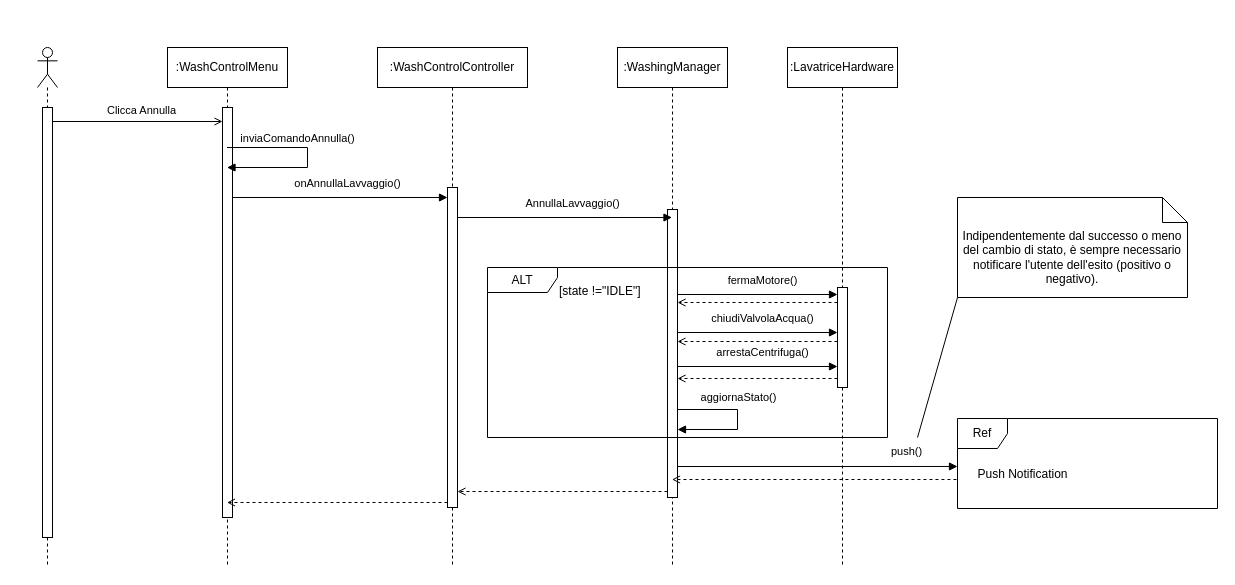
uni-aca100/ing-proj keeps this draw.io diagram as content/seq/seqAnnullaLav.drawio. Above is the earlier version. Source tidied: cells renumbered, new cells numbered last; positions are measured from the earlier drawing's top-left corner, leaving out a move shared by most shapes. Both pictures are drawn from the tidied source at 100%, with x=0, y=0 at pixel (37, 47).
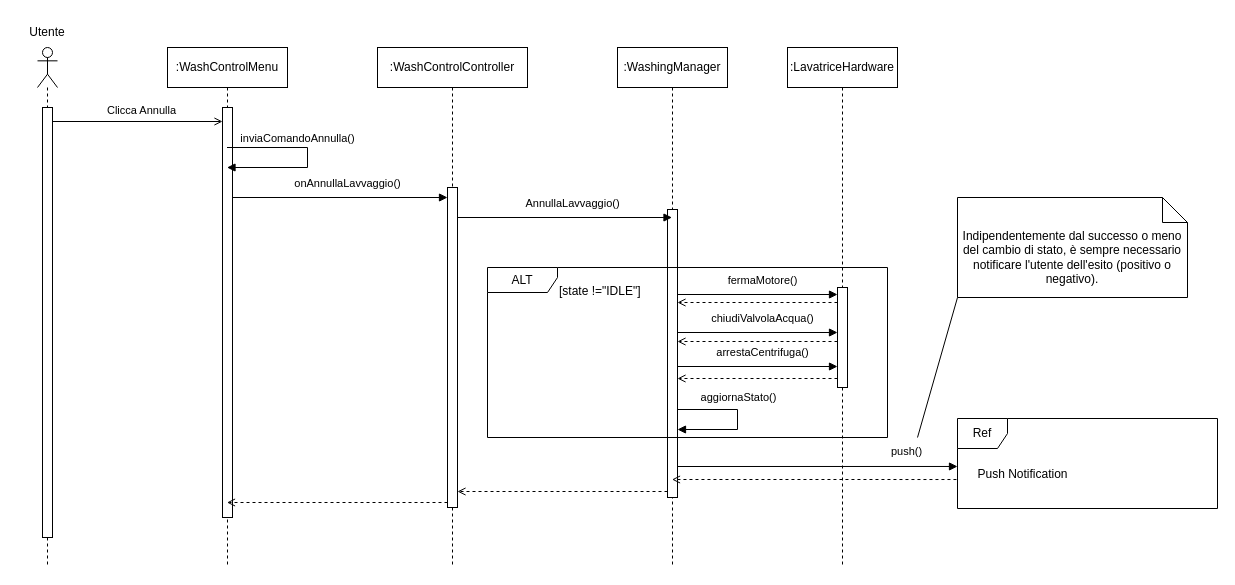
Above is the later version.

What changed in the source:
```diff
@@
+    <mxCell id="42" value="Utente" style="text;html=1;whiteSpace=wrap;strokeColor=none;fillColor=none;align=center;verticalAlign=middle;rounded=0;" parent="1" vertex="1">
+      <mxGeometry x="-20" y="-30" width="60" height="30" as="geometry" />
+    </mxCell>
```
